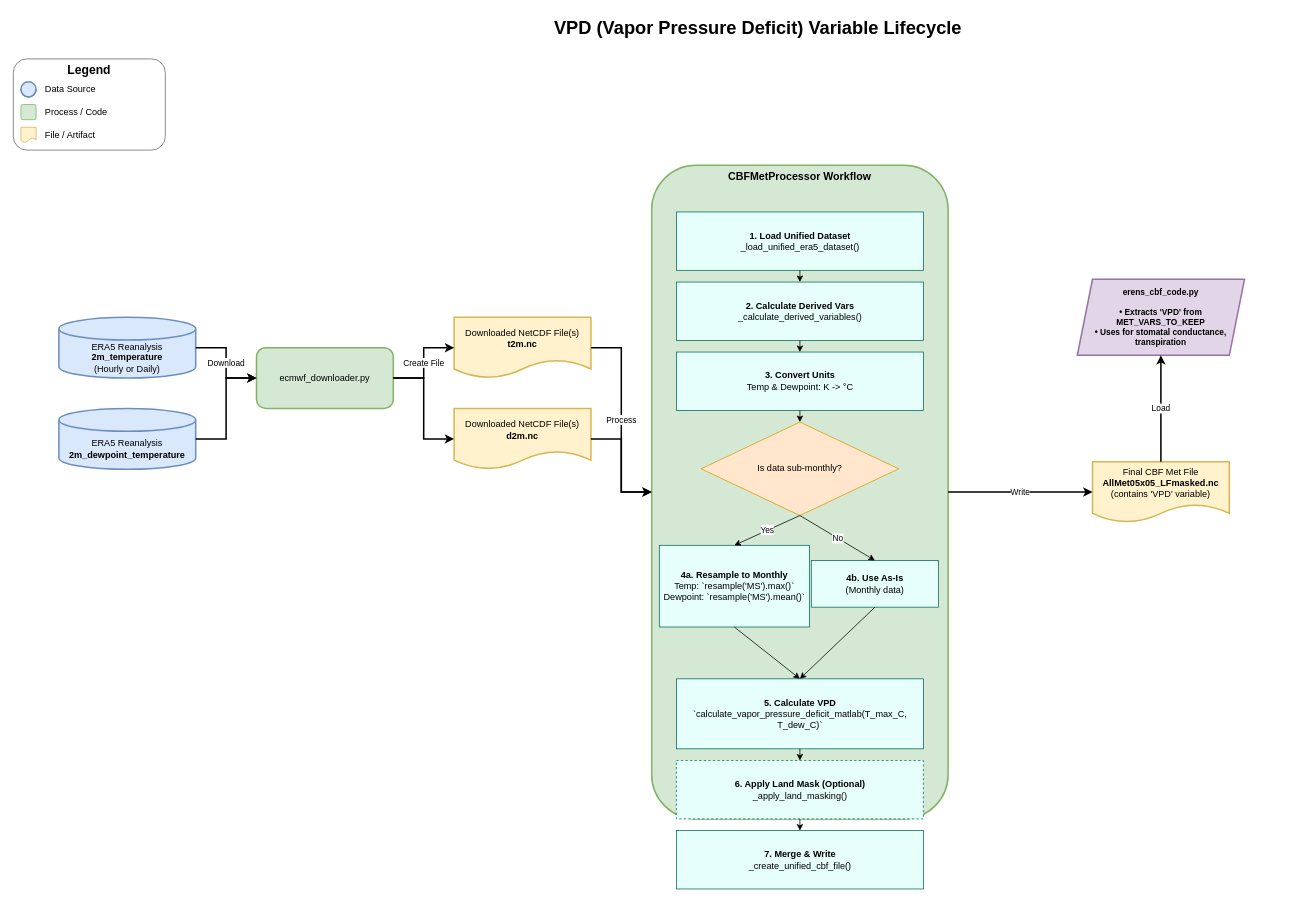
Above: plans/vpd_lifecycle.xml.drawio in JPL-MGHG/cardamom-preprocessor (draw.io), before the change. Source tidied: cells renumbered, new cells numbered last; positions are measured from the earlier drawing's top-left corner, leaving out a move shared by most shapes. Both pictures are drawn from the tidied source at 76%, with x=0, y=0 at pixel (13, 13).
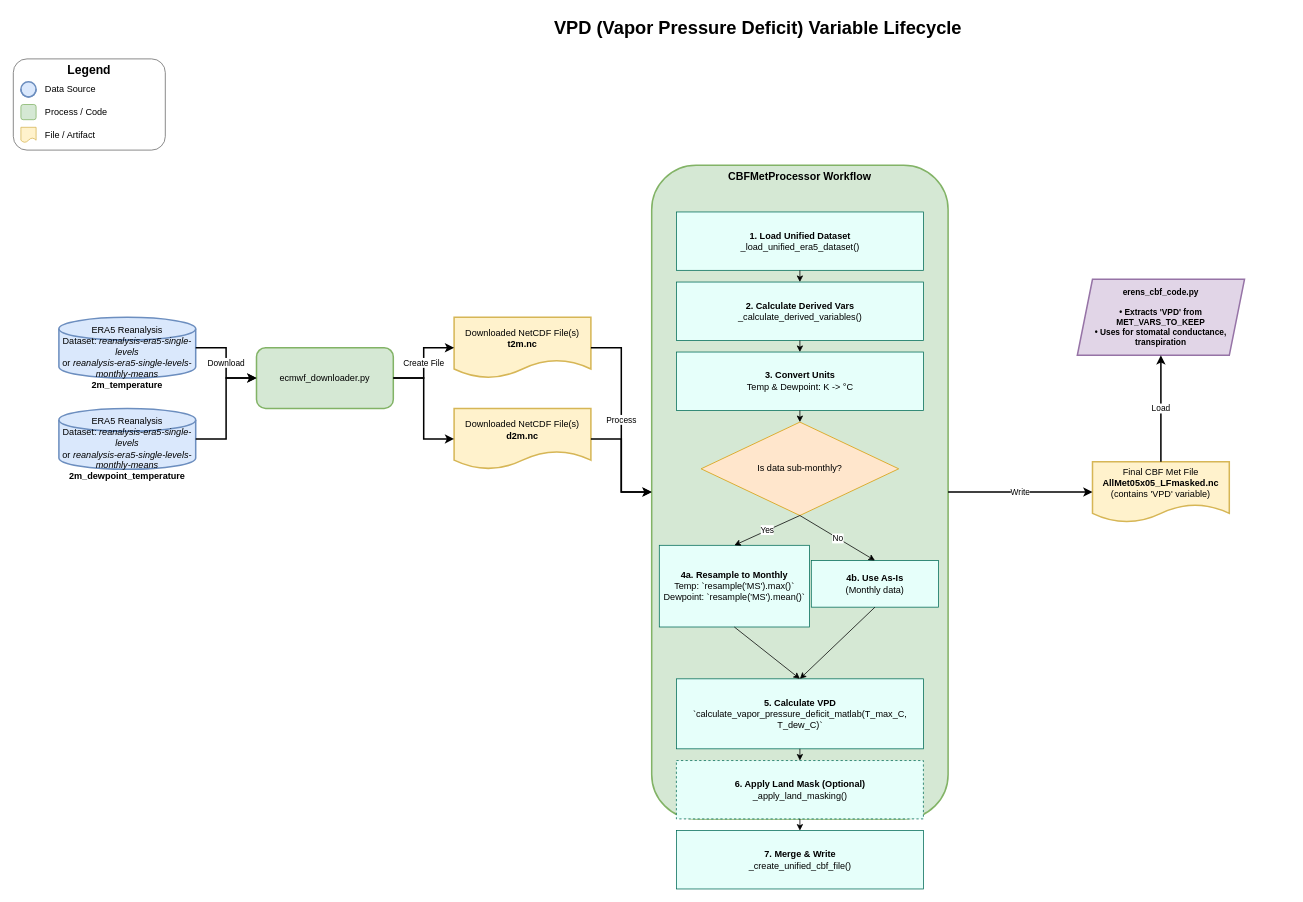
Above is the later version.

What changed in the source:
```diff
@@
-    <mxCell id="11" value="ERA5 Reanalysis&lt;br&gt;&lt;b&gt;2m_temperature&lt;/b&gt;&lt;br&gt;(Hourly or Daily)" style="shape=cylinder3;whiteSpace=wrap;html=1;boundedLbl=1;backgroundOutline=1;size=15;strokeWidth=2;fontSize=12;fontStyle=0;fillColor=#dae8fc;strokeColor=#6c8ebf;" parent="1" vertex="1">
+    <mxCell id="11" value="ERA5 Reanalysis&lt;br&gt;Dataset: &lt;i&gt;reanalysis-era5-single-levels&lt;/i&gt;&lt;br&gt;or &lt;i&gt;reanalysis-era5-single-levels-monthly-means&lt;/i&gt;&lt;br&gt;&lt;b&gt;2m_temperature&lt;/b&gt;" style="shape=cylinder3;whiteSpace=wrap;html=1;boundedLbl=1;backgroundOutline=1;size=15;strokeWidth=2;fontSize=12;fontStyle=0;fillColor=#dae8fc;strokeColor=#6c8ebf;" parent="1" vertex="1">
       <mxGeometry x="60" y="400" width="180" height="80" as="geometry" />
     </mxCell>
-    <mxCell id="12" value="ERA5 Reanalysis&lt;br&gt;&lt;b&gt;2m_dewpoint_temperature&lt;/b&gt;" style="shape=cylinder3;whiteSpace=wrap;html=1;boundedLbl=1;backgroundOutline=1;size=15;strokeWidth=2;fontSize=12;fontStyle=0;fillColor=#dae8fc;strokeColor=#6c8ebf;" parent="1" vertex="1">
+    <mxCell id="12" value="ERA5 Reanalysis&lt;br&gt;Dataset: &lt;i&gt;reanalysis-era5-single-levels&lt;/i&gt;&lt;br&gt;or &lt;i&gt;reanalysis-era5-single-levels-monthly-means&lt;/i&gt;&lt;br&gt;&lt;b&gt;2m_dewpoint_temperature&lt;/b&gt;" style="shape=cylinder3;whiteSpace=wrap;html=1;boundedLbl=1;backgroundOutline=1;size=15;strokeWidth=2;fontSize=12;fontStyle=0;fillColor=#dae8fc;strokeColor=#6c8ebf;" parent="1" vertex="1">
       <mxGeometry x="60" y="520" width="180" height="80" as="geometry" />
     </mxCell>
```
